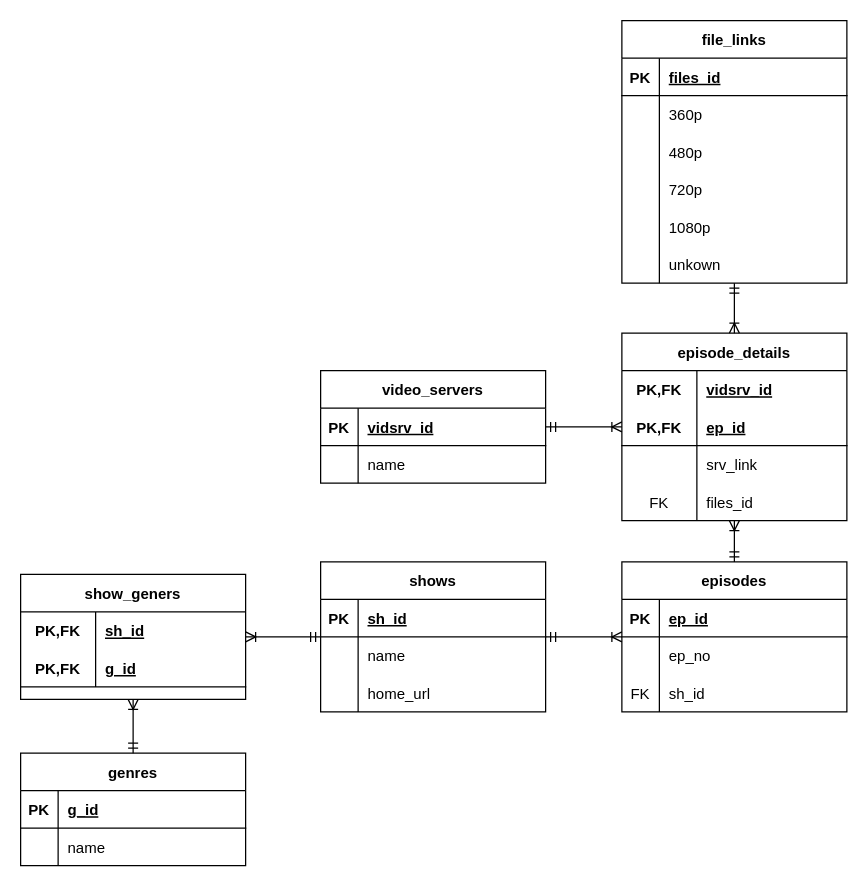
Above: Untitled Diagram.drawio in baqir-rizavi/sad-db (draw.io), before the change. Source tidied: cells renumbered, new cells numbered last; positions are measured from the earlier drawing's top-left corner, leaving out a move shared by most shapes. Both pictures are drawn from the tidied source at 125%, with x=0, y=0 at pixel (20, 20).
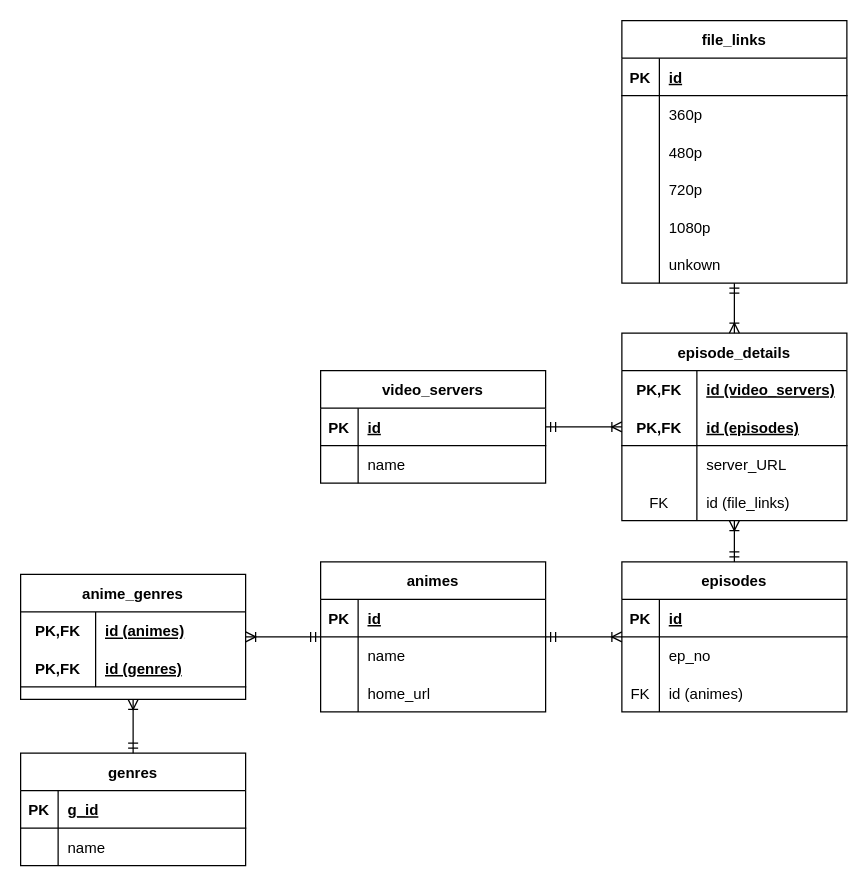
The same diagram, later.

Unchanged cells that the change refers to:
```xml
<mxCell id="3" style="shape=tableRow;horizontal=0;startSize=0;swimlaneHead=0;swimlaneBody=0;fillColor=none;top=0;left=0;right=0;bottom=1;" parent="2" vertex="1">
  <mxGeometry y="30" width="180" height="30" as="geometry" />
</mxCell>
<mxCell id="13" style="shape=tableRow;horizontal=0;startSize=0;swimlaneHead=0;swimlaneBody=0;fillColor=none;top=0;left=0;right=0;bottom=1;" parent="12" vertex="1">
  <mxGeometry y="30" width="180" height="30" as="geometry" />
</mxCell>
<mxCell id="19" style="shape=tableRow;horizontal=0;startSize=0;swimlaneHead=0;swimlaneBody=0;fillColor=none;top=0;left=0;right=0;bottom=0;" parent="12" vertex="1">
  <mxGeometry y="90" width="180" height="30" as="geometry" />
</mxCell>
<mxCell id="24" style="shape=tableRow;horizontal=0;startSize=0;swimlaneHead=0;swimlaneBody=0;fillColor=none;top=0;left=0;right=0;bottom=1;" parent="23" vertex="1">
  <mxGeometry y="30" width="180" height="30" as="geometry" />
</mxCell>
<mxCell id="31" style="shape=tableRow;horizontal=0;startSize=0;swimlaneHead=0;swimlaneBody=0;fillColor=none;top=0;left=0;right=0;bottom=0;" parent="30" vertex="1">
  <mxGeometry y="30" width="180" height="30" as="geometry" />
</mxCell>
<mxCell id="34" style="shape=tableRow;horizontal=0;startSize=0;swimlaneHead=0;swimlaneBody=0;fillColor=none;top=0;left=0;right=0;bottom=1;" parent="30" vertex="1">
  <mxGeometry y="60" width="180" height="30" as="geometry" />
</mxCell>
<mxCell id="37" style="shape=tableRow;horizontal=0;startSize=0;swimlaneHead=0;swimlaneBody=0;fillColor=none;top=0;left=0;right=0;bottom=0;" parent="30" vertex="1">
  <mxGeometry y="90" width="180" height="30" as="geometry" />
</mxCell>
<mxCell id="40" style="shape=tableRow;horizontal=0;startSize=0;swimlaneHead=0;swimlaneBody=0;fillColor=none;top=0;left=0;right=0;bottom=0;" parent="30" vertex="1">
  <mxGeometry y="120" width="180" height="30" as="geometry" />
</mxCell>
<mxCell id="44" style="shape=tableRow;horizontal=0;startSize=0;swimlaneHead=0;swimlaneBody=0;fillColor=none;top=0;left=0;right=0;bottom=1;" parent="43" vertex="1">
  <mxGeometry y="30" width="180" height="30" as="geometry" />
</mxCell>
<mxCell id="73" style="shape=tableRow;horizontal=0;startSize=0;swimlaneHead=0;swimlaneBody=0;fillColor=none;top=0;left=0;right=0;bottom=0;" parent="72" vertex="1">
  <mxGeometry y="30" width="180" height="30" as="geometry" />
</mxCell>
<mxCell id="76" style="shape=tableRow;horizontal=0;startSize=0;swimlaneHead=0;swimlaneBody=0;fillColor=none;top=0;left=0;right=0;bottom=1;" parent="72" vertex="1">
  <mxGeometry y="60" width="180" height="30" as="geometry" />
</mxCell>
```

What changed in the source:
```diff
@@
-    <mxCell id="2" value="shows" style="shape=table;startSize=30;childLayout=tableLayout;rowLines=0;fontStyle=1;align=center;" parent="1" vertex="1">
+    <mxCell id="2" value="animes" style="shape=table;startSize=30;childLayout=tableLayout;rowLines=0;fontStyle=1;align=center;" parent="1" vertex="1">
       <mxGeometry x="240" y="433" width="180" height="120" as="geometry" />
     </mxCell>
@@
-    <mxCell id="5" value="sh_id" style="shape=partialRectangle;fillColor=none;top=0;left=0;bottom=0;right=0;align=left;spacingLeft=6;fontStyle=5;overflow=hidden;" parent="3" vertex="1">
+    <mxCell id="5" value="id" style="shape=partialRectangle;fillColor=none;top=0;left=0;bottom=0;right=0;align=left;spacingLeft=6;fontStyle=5;overflow=hidden;" parent="3" vertex="1">
       <mxGeometry x="30" width="150" height="30" as="geometry" />
     </mxCell>
@@
-    <mxCell id="15" value="ep_id" style="shape=partialRectangle;fillColor=none;top=0;left=0;bottom=0;right=0;align=left;spacingLeft=6;fontStyle=5;overflow=hidden;" parent="13" vertex="1">
+    <mxCell id="15" value="id" style="shape=partialRectangle;fillColor=none;top=0;left=0;bottom=0;right=0;align=left;spacingLeft=6;fontStyle=5;overflow=hidden;" parent="13" vertex="1">
       <mxGeometry x="30" width="150" height="30" as="geometry" />
     </mxCell>
@@
-    <mxCell id="21" value="sh_id" style="shape=partialRectangle;fillColor=none;top=0;left=0;bottom=0;right=0;align=left;spacingLeft=6;overflow=hidden;" parent="19" vertex="1">
+    <mxCell id="21" value="id (animes)" style="shape=partialRectangle;fillColor=none;top=0;left=0;bottom=0;right=0;align=left;spacingLeft=6;overflow=hidden;" parent="19" vertex="1">
       <mxGeometry x="30" width="150" height="30" as="geometry" />
     </mxCell>
@@
-    <mxCell id="26" value="vidsrv_id" style="shape=partialRectangle;fillColor=none;top=0;left=0;bottom=0;right=0;align=left;spacingLeft=6;fontStyle=5;overflow=hidden;" parent="24" vertex="1">
+    <mxCell id="26" value="id" style="shape=partialRectangle;fillColor=none;top=0;left=0;bottom=0;right=0;align=left;spacingLeft=6;fontStyle=5;overflow=hidden;" parent="24" vertex="1">
       <mxGeometry x="30" width="150" height="30" as="geometry" />
     </mxCell>
@@
-    <mxCell id="33" value="vidsrv_id" style="shape=partialRectangle;fillColor=none;top=0;left=0;bottom=0;right=0;align=left;spacingLeft=6;fontStyle=5;overflow=hidden;" parent="31" vertex="1">
+    <mxCell id="33" value="id (video_servers)" style="shape=partialRectangle;fillColor=none;top=0;left=0;bottom=0;right=0;align=left;spacingLeft=6;fontStyle=5;overflow=hidden;" parent="31" vertex="1">
       <mxGeometry x="60" width="120" height="30" as="geometry" />
     </mxCell>
@@
-    <mxCell id="36" value="ep_id" style="shape=partialRectangle;fillColor=none;top=0;left=0;bottom=0;right=0;align=left;spacingLeft=6;fontStyle=5;overflow=hidden;" parent="34" vertex="1">
+    <mxCell id="36" value="id (episodes)" style="shape=partialRectangle;fillColor=none;top=0;left=0;bottom=0;right=0;align=left;spacingLeft=6;fontStyle=5;overflow=hidden;" parent="34" vertex="1">
       <mxGeometry x="60" width="120" height="30" as="geometry" />
     </mxCell>
@@
-    <mxCell id="39" value="srv_link" style="shape=partialRectangle;fillColor=none;top=0;left=0;bottom=0;right=0;align=left;spacingLeft=6;overflow=hidden;" parent="37" vertex="1">
+    <mxCell id="39" value="server_URL" style="shape=partialRectangle;fillColor=none;top=0;left=0;bottom=0;right=0;align=left;spacingLeft=6;overflow=hidden;" parent="37" vertex="1">
       <mxGeometry x="60" width="120" height="30" as="geometry" />
     </mxCell>
@@
-    <mxCell id="42" value="files_id" style="shape=partialRectangle;fillColor=none;top=0;left=0;bottom=0;right=0;align=left;spacingLeft=6;overflow=hidden;" parent="40" vertex="1">
+    <mxCell id="42" value="id (file_links)" style="shape=partialRectangle;fillColor=none;top=0;left=0;bottom=0;right=0;align=left;spacingLeft=6;overflow=hidden;" parent="40" vertex="1">
       <mxGeometry x="60" width="120" height="30" as="geometry" />
     </mxCell>
@@
-    <mxCell id="46" value="files_id" style="shape=partialRectangle;fillColor=none;top=0;left=0;bottom=0;right=0;align=left;spacingLeft=6;fontStyle=5;overflow=hidden;" parent="44" vertex="1">
+    <mxCell id="46" value="id" style="shape=partialRectangle;fillColor=none;top=0;left=0;bottom=0;right=0;align=left;spacingLeft=6;fontStyle=5;overflow=hidden;" parent="44" vertex="1">
       <mxGeometry x="30" width="150" height="30" as="geometry" />
     </mxCell>
@@
-    <mxCell id="72" value="show_geners" style="shape=table;startSize=30;childLayout=tableLayout;rowLines=0;fontStyle=1;align=center;" parent="1" vertex="1">
+    <mxCell id="72" value="anime_genres" style="shape=table;startSize=30;childLayout=tableLayout;rowLines=0;fontStyle=1;align=center;" parent="1" vertex="1">
       <mxGeometry y="443" width="180" height="100" as="geometry" />
     </mxCell>
@@
-    <mxCell id="75" value="sh_id" style="shape=partialRectangle;fillColor=none;top=0;left=0;bottom=0;right=0;align=left;spacingLeft=6;fontStyle=5;overflow=hidden;" parent="73" vertex="1">
+    <mxCell id="75" value="id (animes)" style="shape=partialRectangle;fillColor=none;top=0;left=0;bottom=0;right=0;align=left;spacingLeft=6;fontStyle=5;overflow=hidden;" parent="73" vertex="1">
       <mxGeometry x="60" width="120" height="30" as="geometry" />
     </mxCell>
@@
-    <mxCell id="78" value="g_id" style="shape=partialRectangle;fillColor=none;top=0;left=0;bottom=0;right=0;align=left;spacingLeft=6;fontStyle=5;overflow=hidden;" parent="76" vertex="1">
+    <mxCell id="78" value="id (genres)" style="shape=partialRectangle;fillColor=none;top=0;left=0;bottom=0;right=0;align=left;spacingLeft=6;fontStyle=5;overflow=hidden;" parent="76" vertex="1">
       <mxGeometry x="60" width="120" height="30" as="geometry" />
     </mxCell>
```
